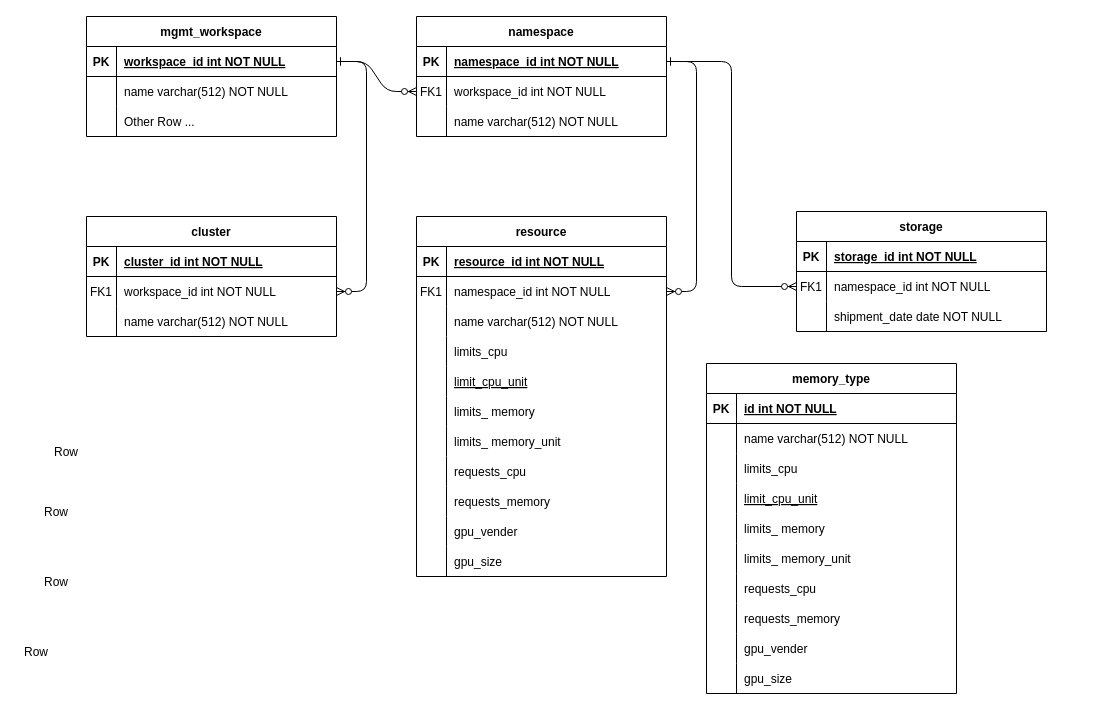
LiuJin1203/graph keeps this draw.io diagram as Untitled Diagram.drawio. Above is the earlier version. Source tidied: cells renumbered, new cells numbered last; positions are measured from the earlier drawing's top-left corner, leaving out a move shared by most shapes. Both pictures are drawn from the tidied source at 100%, with x=0, y=0 at pixel (16, 16).
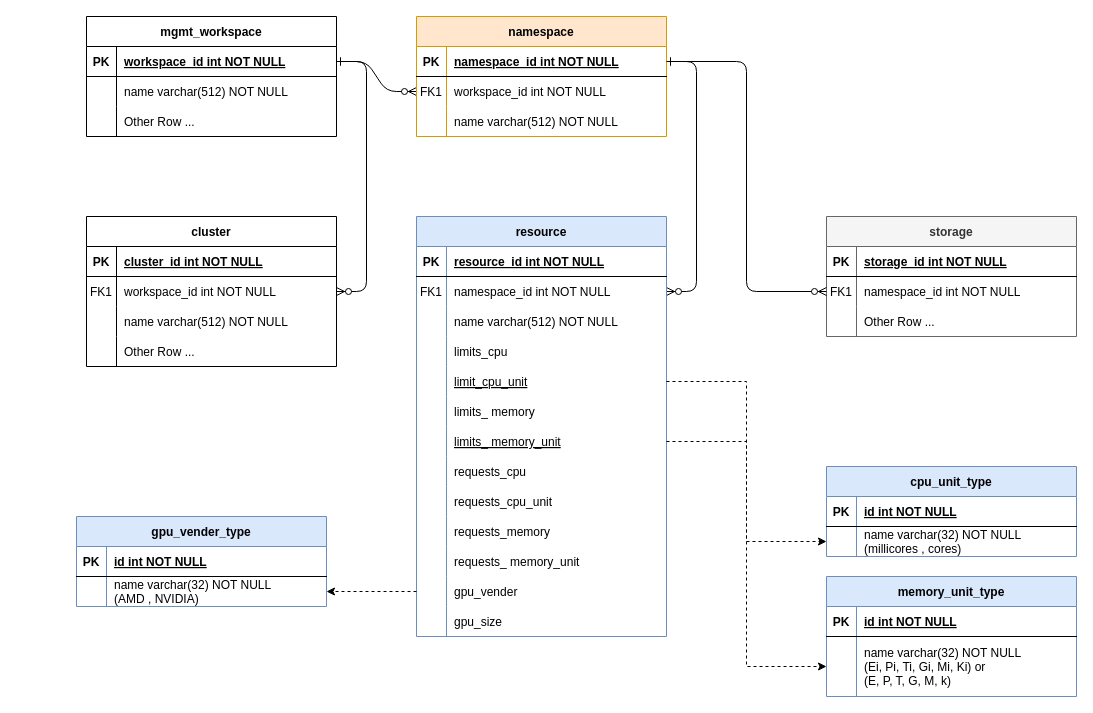
The same page after the edit.

The change refers to these unchanged cells:
```xml
<mxCell id="27" style="shape=tableRow;horizontal=0;startSize=0;swimlaneHead=0;swimlaneBody=0;fillColor=none;points=[[0,0.5],[1,0.5]];portConstraint=eastwest;top=0;left=0;right=0;bottom=0;" parent="14" vertex="1">
  <mxGeometry y="150" width="250" height="30" as="geometry" />
</mxCell>
<mxCell id="33" style="shape=tableRow;horizontal=0;startSize=0;swimlaneHead=0;swimlaneBody=0;fillColor=none;points=[[0,0.5],[1,0.5]];portConstraint=eastwest;top=0;left=0;right=0;bottom=0;" parent="14" vertex="1">
  <mxGeometry y="210" width="250" height="30" as="geometry" />
</mxCell>
<mxCell id="76" style="shape=partialRectangle;fillColor=none;top=0;left=0;right=0;bottom=0;" parent="69" vertex="1">
  <mxGeometry y="90" width="250" height="30" as="geometry" />
</mxCell>
```

The edit, as a diff of the source:
```diff
@@
-    <mxCell id="4" value="namespace" style="shape=table;startSize=30;childLayout=tableLayout;rowLines=0;fontStyle=1;align=center;" parent="1" vertex="1">
+    <mxCell id="4" value="namespace" style="shape=table;startSize=30;childLayout=tableLayout;rowLines=0;fontStyle=1;align=center;fillColor=#ffe6cc;strokeColor=#d79b00;" parent="1" vertex="1">
       <mxGeometry x="400" width="250" height="120" as="geometry" />
     </mxCell>
@@
-    <mxCell id="14" value="resource" style="shape=table;startSize=30;childLayout=tableLayout;rowLines=0;fontStyle=1;align=center;" parent="1" vertex="1">
-      <mxGeometry x="400" y="200" width="250" height="360" as="geometry" />
+    <mxCell id="14" value="resource" style="shape=table;startSize=30;childLayout=tableLayout;rowLines=0;fontStyle=1;align=center;fillColor=#dae8fc;strokeColor=#6c8ebf;" parent="1" vertex="1">
+      <mxGeometry x="400" y="200" width="250" height="420" as="geometry" />
     </mxCell>
@@
-    <mxCell id="35" value="limits_ memory_unit" style="shape=partialRectangle;fillColor=none;top=0;left=0;bottom=0;right=0;align=left;spacingLeft=6;overflow=hidden;fontStyle=0;" parent="33" vertex="1">
+    <mxCell id="35" value="limits_ memory_unit" style="shape=partialRectangle;fillColor=none;top=0;left=0;bottom=0;right=0;align=left;spacingLeft=6;overflow=hidden;fontStyle=4;" parent="33" vertex="1">
       <mxGeometry x="30" width="220" height="30" as="geometry" />
     </mxCell>
@@
+    <mxCell id="112" style="shape=tableRow;horizontal=0;startSize=0;swimlaneHead=0;swimlaneBody=0;fillColor=none;top=0;left=0;right=0;bottom=0;" parent="14" vertex="1">
+      <mxGeometry y="270" width="250" height="30" as="geometry" />
+    </mxCell>
+    <mxCell id="118" style="shape=partialRectangle;fillColor=none;top=0;left=0;bottom=0;right=0;overflow=hidden;" parent="112" vertex="1">
+      <mxGeometry width="30" height="30" as="geometry" />
+    </mxCell>
+    <mxCell id="119" value="requests_cpu_unit" style="shape=partialRectangle;fillColor=none;top=0;left=0;bottom=0;right=0;align=left;spacingLeft=6;overflow=hidden;" parent="112" vertex="1">
+      <mxGeometry x="30" width="220" height="30" as="geometry" />
+    </mxCell>
     <mxCell id="39" style="shape=tableRow;horizontal=0;startSize=0;swimlaneHead=0;swimlaneBody=0;fillColor=none;top=0;left=0;right=0;bottom=0;" parent="14" vertex="1">
-      <mxGeometry y="270" width="250" height="30" as="geometry" />
+      <mxGeometry y="300" width="250" height="30" as="geometry" />
     </mxCell>
@@
+    <mxCell id="120" style="shape=tableRow;horizontal=0;startSize=0;swimlaneHead=0;swimlaneBody=0;fillColor=none;top=0;left=0;right=0;bottom=0;" parent="14" vertex="1">
+      <mxGeometry y="330" width="250" height="30" as="geometry" />
+    </mxCell>
+    <mxCell id="121" style="shape=partialRectangle;fillColor=none;top=0;left=0;bottom=0;right=0;overflow=hidden;" parent="120" vertex="1">
+      <mxGeometry width="30" height="30" as="geometry" />
+    </mxCell>
+    <mxCell id="122" value="requests_ memory_unit" style="shape=partialRectangle;fillColor=none;top=0;left=0;bottom=0;right=0;align=left;spacingLeft=6;overflow=hidden;" parent="120" vertex="1">
+      <mxGeometry x="30" width="220" height="30" as="geometry" />
+    </mxCell>
     <mxCell id="42" style="shape=tableRow;horizontal=0;startSize=0;swimlaneHead=0;swimlaneBody=0;fillColor=none;points=[[0,0.5],[1,0.5]];portConstraint=eastwest;top=0;left=0;right=0;bottom=0;" parent="14" vertex="1">
-      <mxGeometry y="300" width="250" height="30" as="geometry" />
+      <mxGeometry y="360" width="250" height="30" as="geometry" />
     </mxCell>
@@
     <mxCell id="45" style="shape=tableRow;horizontal=0;startSize=0;swimlaneHead=0;swimlaneBody=0;fillColor=none;top=0;left=0;right=0;bottom=0;" parent="14" vertex="1">
-      <mxGeometry y="330" width="250" height="30" as="geometry" />
+      <mxGeometry y="390" width="250" height="30" as="geometry" />
     </mxCell>
@@
     <mxCell id="58" value="cluster" style="shape=table;startSize=30;childLayout=tableLayout;rowLines=0;fontStyle=1;align=center;" parent="1" vertex="1">
-      <mxGeometry x="70" y="200" width="250" height="120" as="geometry" />
+      <mxGeometry x="70" y="200" width="250" height="150" as="geometry" />
     </mxCell>
@@
+    <mxCell id="97" style="shape=tableRow;horizontal=0;startSize=0;swimlaneHead=0;swimlaneBody=0;fillColor=none;top=0;left=0;right=0;bottom=0;" parent="58" vertex="1">
+      <mxGeometry y="120" width="250" height="30" as="geometry" />
+    </mxCell>
+    <mxCell id="123" style="shape=partialRectangle;fillColor=none;top=0;left=0;bottom=0;right=0;overflow=hidden;" parent="97" vertex="1">
+      <mxGeometry width="30" height="30" as="geometry" />
+    </mxCell>
+    <mxCell id="124" value="Other Row ..." style="shape=partialRectangle;fillColor=none;top=0;left=0;bottom=0;right=0;align=left;spacingLeft=6;overflow=hidden;" parent="97" vertex="1">
+      <mxGeometry x="30" width="220" height="30" as="geometry" />
+    </mxCell>
@@
-    <mxCell id="69" value="storage" style="shape=table;startSize=30;childLayout=tableLayout;rowLines=0;fontStyle=1;align=center;" parent="1" vertex="1">
-      <mxGeometry x="780" y="195" width="250" height="120" as="geometry" />
+    <mxCell id="69" value="storage" style="shape=table;startSize=30;childLayout=tableLayout;rowLines=0;fontStyle=1;align=center;fillColor=#f5f5f5;fontColor=#333333;strokeColor=#666666;" parent="1" vertex="1">
+      <mxGeometry x="810" y="200" width="250" height="120" as="geometry" />
     </mxCell>
@@
-    <mxCell id="78" value="shipment_date date NOT NULL" style="shape=partialRectangle;overflow=hidden;fillColor=none;top=0;left=0;bottom=0;right=0;align=left;spacingLeft=6;" parent="76" vertex="1">
+    <mxCell id="78" value="Other Row ..." style="shape=partialRectangle;overflow=hidden;fillColor=none;top=0;left=0;bottom=0;right=0;align=left;spacingLeft=6;" parent="76" vertex="1">
       <mxGeometry x="30" width="220" height="30" as="geometry" />
     </mxCell>
@@
-    <mxCell id="80" style="shape=table;startSize=0;childLayout=tableLayout;rowLines=0;fontStyle=0;align=center;strokeColor=none;fillColor=none;" parent="1" vertex="1">
-      <mxGeometry y="420" width="180" height="30" as="geometry" />
-    </mxCell>
-    <mxCell id="81" style="shape=tableRow;horizontal=0;startSize=0;swimlaneHead=0;swimlaneBody=0;fillColor=none;top=0;left=0;right=0;bottom=0;" parent="80" vertex="1">
-      <mxGeometry width="180" height="30" as="geometry" />
-    </mxCell>
-    <mxCell id="82" style="shape=partialRectangle;fillColor=none;top=0;left=0;bottom=0;right=0;overflow=hidden;" parent="81" vertex="1">
-      <mxGeometry width="30" height="30" as="geometry" />
-    </mxCell>
-    <mxCell id="83" value="Row" style="shape=partialRectangle;fillColor=none;top=0;left=0;bottom=0;right=0;align=left;spacingLeft=6;overflow=hidden;" parent="81" vertex="1">
-      <mxGeometry x="30" width="150" height="30" as="geometry" />
-    </mxCell>
-    <mxCell id="84" value="Row" style="shape=partialRectangle;fillColor=none;top=0;left=0;bottom=0;right=0;align=left;spacingLeft=6;overflow=hidden;" parent="1" vertex="1">
-      <mxGeometry x="20" y="480" width="150" height="30" as="geometry" />
-    </mxCell>
-    <mxCell id="85" value="Row" style="shape=partialRectangle;fillColor=none;top=0;left=0;bottom=0;right=0;align=left;spacingLeft=6;overflow=hidden;" parent="1" vertex="1">
-      <mxGeometry x="20" y="550" width="150" height="30" as="geometry" />
-    </mxCell>
-    <mxCell id="86" value="Row" style="shape=partialRectangle;fillColor=none;top=0;left=0;bottom=0;right=0;align=left;spacingLeft=6;overflow=hidden;" parent="1" vertex="1">
-      <mxGeometry y="620" width="150" height="30" as="geometry" />
-    </mxCell>
-    <mxCell id="87" value="memory_type" style="shape=table;startSize=30;childLayout=tableLayout;rowLines=0;fontStyle=1;align=center;" parent="1" vertex="1">
-      <mxGeometry x="690" y="347" width="250" height="330" as="geometry" />
+    <mxCell id="87" value="memory_unit_type" style="shape=table;startSize=30;childLayout=tableLayout;rowLines=0;fontStyle=1;align=center;fillColor=#dae8fc;strokeColor=#6c8ebf;" parent="1" vertex="1">
+      <mxGeometry x="810" y="560" width="250" height="120" as="geometry" />
     </mxCell>
@@
     <mxCell id="91" style="shape=partialRectangle;fillColor=none;points=[[0,0.5],[1,0.5]];portConstraint=eastwest;top=0;left=0;right=0;bottom=0;" parent="87" vertex="1">
-      <mxGeometry y="60" width="250" height="30" as="geometry" />
+      <mxGeometry y="60" width="250" height="60" as="geometry" />
     </mxCell>
     <mxCell id="92" style="shape=partialRectangle;overflow=hidden;fillColor=none;top=0;left=0;bottom=0;right=0;" parent="91" vertex="1">
-      <mxGeometry width="30" height="30" as="geometry" />
+      <mxGeometry width="30" height="60" as="geometry" />
     </mxCell>
-    <mxCell id="93" value="name varchar(512) NOT NULL" style="shape=partialRectangle;overflow=hidden;fillColor=none;top=0;left=0;bottom=0;right=0;align=left;spacingLeft=6;" parent="91" vertex="1">
-      <mxGeometry x="30" width="220" height="30" as="geometry" />
+    <mxCell id="93" value="name varchar(32) NOT NULL&#10;(Ei, Pi, Ti, Gi, Mi, Ki) or&#10;(E, P, T, G, M, k)" style="shape=partialRectangle;overflow=hidden;fillColor=none;top=0;left=0;bottom=0;right=0;align=left;spacingLeft=6;" parent="91" vertex="1">
+      <mxGeometry x="30" width="220" height="60" as="geometry" />
     </mxCell>
-    <mxCell id="94" style="shape=tableRow;horizontal=0;startSize=0;swimlaneHead=0;swimlaneBody=0;fillColor=none;top=0;left=0;right=0;bottom=0;" parent="87" vertex="1">
-      <mxGeometry y="90" width="250" height="30" as="geometry" />
-    </mxCell>
-    <mxCell id="95" style="shape=partialRectangle;fillColor=none;top=0;left=0;bottom=0;right=0;overflow=hidden;" parent="94" vertex="1">
-      <mxGeometry width="30" height="30" as="geometry" />
-    </mxCell>
-    <mxCell id="96" value="limits_cpu" style="shape=partialRectangle;fillColor=none;top=0;left=0;bottom=0;right=0;align=left;spacingLeft=6;overflow=hidden;" parent="94" vertex="1">
-      <mxGeometry x="30" width="220" height="30" as="geometry" />
-    </mxCell>
-    <mxCell id="97" style="shape=tableRow;horizontal=0;startSize=0;swimlaneHead=0;swimlaneBody=0;fillColor=none;top=0;left=0;right=0;bottom=0;" parent="87" vertex="1">
-      <mxGeometry y="120" width="250" height="30" as="geometry" />
-    </mxCell>
-    <mxCell id="98" style="shape=partialRectangle;fillColor=none;top=0;left=0;bottom=0;right=0;overflow=hidden;" parent="97" vertex="1">
-      <mxGeometry width="30" height="30" as="geometry" />
-    </mxCell>
-    <mxCell id="99" value="limit_cpu_unit" style="shape=partialRectangle;fillColor=none;top=0;left=0;bottom=0;right=0;align=left;spacingLeft=6;overflow=hidden;fontStyle=4;" parent="97" vertex="1">
-      <mxGeometry x="30" width="220" height="30" as="geometry" />
-    </mxCell>
-    <mxCell id="100" style="shape=tableRow;horizontal=0;startSize=0;swimlaneHead=0;swimlaneBody=0;fillColor=none;top=0;left=0;right=0;bottom=0;" parent="87" vertex="1">
-      <mxGeometry y="150" width="250" height="30" as="geometry" />
-    </mxCell>
-    <mxCell id="101" style="shape=partialRectangle;fillColor=none;top=0;left=0;bottom=0;right=0;overflow=hidden;" parent="100" vertex="1">
-      <mxGeometry width="30" height="30" as="geometry" />
-    </mxCell>
-    <mxCell id="102" value="limits_ memory" style="shape=partialRectangle;fillColor=none;top=0;left=0;bottom=0;right=0;align=left;spacingLeft=6;overflow=hidden;" parent="100" vertex="1">
-      <mxGeometry x="30" width="220" height="30" as="geometry" />
-    </mxCell>
-    <mxCell id="103" style="shape=tableRow;horizontal=0;startSize=0;swimlaneHead=0;swimlaneBody=0;fillColor=none;top=0;left=0;right=0;bottom=0;" parent="87" vertex="1">
-      <mxGeometry y="180" width="250" height="30" as="geometry" />
-    </mxCell>
-    <mxCell id="104" style="shape=partialRectangle;fillColor=none;top=0;left=0;bottom=0;right=0;overflow=hidden;" parent="103" vertex="1">
-      <mxGeometry width="30" height="30" as="geometry" />
-    </mxCell>
-    <mxCell id="105" value="limits_ memory_unit" style="shape=partialRectangle;fillColor=none;top=0;left=0;bottom=0;right=0;align=left;spacingLeft=6;overflow=hidden;fontStyle=0;" parent="103" vertex="1">
-      <mxGeometry x="30" width="220" height="30" as="geometry" />
-    </mxCell>
-    <mxCell id="106" style="shape=tableRow;horizontal=0;startSize=0;swimlaneHead=0;swimlaneBody=0;fillColor=none;top=0;left=0;right=0;bottom=0;" parent="87" vertex="1">
-      <mxGeometry y="210" width="250" height="30" as="geometry" />
-    </mxCell>
-    <mxCell id="107" style="shape=partialRectangle;fillColor=none;top=0;left=0;bottom=0;right=0;overflow=hidden;" parent="106" vertex="1">
-      <mxGeometry width="30" height="30" as="geometry" />
-    </mxCell>
-    <mxCell id="108" value="requests_cpu" style="shape=partialRectangle;fillColor=none;top=0;left=0;bottom=0;right=0;align=left;spacingLeft=6;overflow=hidden;" parent="106" vertex="1">
-      <mxGeometry x="30" width="220" height="30" as="geometry" />
-    </mxCell>
-    <mxCell id="109" style="shape=tableRow;horizontal=0;startSize=0;swimlaneHead=0;swimlaneBody=0;fillColor=none;top=0;left=0;right=0;bottom=0;" parent="87" vertex="1">
-      <mxGeometry y="240" width="250" height="30" as="geometry" />
-    </mxCell>
-    <mxCell id="110" style="shape=partialRectangle;fillColor=none;top=0;left=0;bottom=0;right=0;overflow=hidden;" parent="109" vertex="1">
-      <mxGeometry width="30" height="30" as="geometry" />
-    </mxCell>
-    <mxCell id="111" value="requests_memory" style="shape=partialRectangle;fillColor=none;top=0;left=0;bottom=0;right=0;align=left;spacingLeft=6;overflow=hidden;" parent="109" vertex="1">
-      <mxGeometry x="30" width="220" height="30" as="geometry" />
-    </mxCell>
-    <mxCell id="112" style="shape=tableRow;horizontal=0;startSize=0;swimlaneHead=0;swimlaneBody=0;fillColor=none;top=0;left=0;right=0;bottom=0;" parent="87" vertex="1">
-      <mxGeometry y="270" width="250" height="30" as="geometry" />
-    </mxCell>
-    <mxCell id="113" style="shape=partialRectangle;fillColor=none;top=0;left=0;bottom=0;right=0;overflow=hidden;" parent="112" vertex="1">
-      <mxGeometry width="30" height="30" as="geometry" />
-    </mxCell>
-    <mxCell id="114" value="gpu_vender" style="shape=partialRectangle;fillColor=none;top=0;left=0;bottom=0;right=0;align=left;spacingLeft=6;overflow=hidden;" parent="112" vertex="1">
-      <mxGeometry x="30" width="220" height="30" as="geometry" />
-    </mxCell>
-    <mxCell id="115" style="shape=tableRow;horizontal=0;startSize=0;swimlaneHead=0;swimlaneBody=0;fillColor=none;top=0;left=0;right=0;bottom=0;" parent="87" vertex="1">
-      <mxGeometry y="300" width="250" height="30" as="geometry" />
-    </mxCell>
-    <mxCell id="116" style="shape=partialRectangle;fillColor=none;top=0;left=0;bottom=0;right=0;overflow=hidden;" parent="115" vertex="1">
-      <mxGeometry width="30" height="30" as="geometry" />
-    </mxCell>
-    <mxCell id="117" value="gpu_size" style="shape=partialRectangle;fillColor=none;top=0;left=0;bottom=0;right=0;align=left;spacingLeft=6;overflow=hidden;" parent="115" vertex="1">
-      <mxGeometry x="30" width="220" height="30" as="geometry" />
-    </mxCell>
+    <mxCell id="125" style="edgeStyle=orthogonalEdgeStyle;rounded=0;jettySize=auto;html=1;exitX=1;exitY=0.5;exitDx=0;exitDy=0;entryX=0;entryY=0.5;entryDx=0;entryDy=0;dashed=1;" parent="1" edge="1" source="33" target="91">
+      <mxGeometry relative="1" as="geometry" />
+    </mxCell>
+    <mxCell id="126" value="cpu_unit_type" style="shape=table;startSize=30;childLayout=tableLayout;rowLines=0;fontStyle=1;align=center;fillColor=#dae8fc;strokeColor=#6c8ebf;" parent="1" vertex="1">
+      <mxGeometry x="810" y="450" width="250" height="90" as="geometry" />
+    </mxCell>
+    <mxCell id="127" style="shape=partialRectangle;fillColor=none;top=0;left=0;right=0;bottom=1;" parent="126" vertex="1">
+      <mxGeometry y="30" width="250" height="30" as="geometry" />
+    </mxCell>
+    <mxCell id="128" value="PK" style="shape=partialRectangle;overflow=hidden;fillColor=none;top=0;left=0;bottom=0;right=0;fontStyle=1;" parent="127" vertex="1">
+      <mxGeometry width="30" height="30" as="geometry" />
+    </mxCell>
+    <mxCell id="129" value="id int NOT NULL " style="shape=partialRectangle;overflow=hidden;fillColor=none;top=0;left=0;bottom=0;right=0;align=left;spacingLeft=6;fontStyle=5;" parent="127" vertex="1">
+      <mxGeometry x="30" width="220" height="30" as="geometry" />
+    </mxCell>
+    <mxCell id="130" style="shape=partialRectangle;fillColor=none;points=[[0,0.5],[1,0.5]];portConstraint=eastwest;top=0;left=0;right=0;bottom=0;" parent="126" vertex="1">
+      <mxGeometry y="60" width="250" height="30" as="geometry" />
+    </mxCell>
+    <mxCell id="131" style="shape=partialRectangle;overflow=hidden;fillColor=none;top=0;left=0;bottom=0;right=0;" parent="130" vertex="1">
+      <mxGeometry width="30" height="30" as="geometry" />
+    </mxCell>
+    <mxCell id="132" value="name varchar(32) NOT NULL&#10;(millicores , cores)" style="shape=partialRectangle;overflow=hidden;fillColor=none;top=0;left=0;bottom=0;right=0;align=left;spacingLeft=6;" parent="130" vertex="1">
+      <mxGeometry x="30" width="220" height="30" as="geometry" />
+    </mxCell>
+    <mxCell id="133" style="edgeStyle=orthogonalEdgeStyle;rounded=0;jettySize=auto;html=1;exitX=1;exitY=0.5;exitDx=0;exitDy=0;dashed=1;entryX=0;entryY=0.5;entryDx=0;entryDy=0;" parent="1" edge="1" source="27" target="130">
+      <mxGeometry relative="1" as="geometry" />
+    </mxCell>
+    <mxCell id="134" value="gpu_vender_type" style="shape=table;startSize=30;childLayout=tableLayout;rowLines=0;fontStyle=1;align=center;fillColor=#dae8fc;strokeColor=#6c8ebf;" parent="1" vertex="1">
+      <mxGeometry x="60" y="500" width="250" height="90" as="geometry" />
+    </mxCell>
+    <mxCell id="135" style="shape=partialRectangle;fillColor=none;top=0;left=0;right=0;bottom=1;" parent="134" vertex="1">
+      <mxGeometry y="30" width="250" height="30" as="geometry" />
+    </mxCell>
+    <mxCell id="136" value="PK" style="shape=partialRectangle;overflow=hidden;fillColor=none;top=0;left=0;bottom=0;right=0;fontStyle=1;" parent="135" vertex="1">
+      <mxGeometry width="30" height="30" as="geometry" />
+    </mxCell>
+    <mxCell id="137" value="id int NOT NULL " style="shape=partialRectangle;overflow=hidden;fillColor=none;top=0;left=0;bottom=0;right=0;align=left;spacingLeft=6;fontStyle=5;" parent="135" vertex="1">
+      <mxGeometry x="30" width="220" height="30" as="geometry" />
+    </mxCell>
+    <mxCell id="138" style="shape=partialRectangle;fillColor=none;points=[[0,0.5],[1,0.5]];portConstraint=eastwest;top=0;left=0;right=0;bottom=0;" parent="134" vertex="1">
+      <mxGeometry y="60" width="250" height="30" as="geometry" />
+    </mxCell>
+    <mxCell id="139" style="shape=partialRectangle;overflow=hidden;fillColor=none;top=0;left=0;bottom=0;right=0;" parent="138" vertex="1">
+      <mxGeometry width="30" height="30" as="geometry" />
+    </mxCell>
+    <mxCell id="140" value="name varchar(32) NOT NULL&#10;(AMD , NVIDIA)" style="shape=partialRectangle;overflow=hidden;fillColor=none;top=0;left=0;bottom=0;right=0;align=left;spacingLeft=6;" parent="138" vertex="1">
+      <mxGeometry x="30" width="220" height="30" as="geometry" />
+    </mxCell>
+    <mxCell id="141" style="edgeStyle=orthogonalEdgeStyle;rounded=0;jettySize=auto;html=1;exitX=0;exitY=0.5;exitDx=0;exitDy=0;entryX=1;entryY=0.5;entryDx=0;entryDy=0;dashed=1;" parent="1" edge="1" source="42" target="138">
+      <mxGeometry relative="1" as="geometry" />
+    </mxCell>
```
